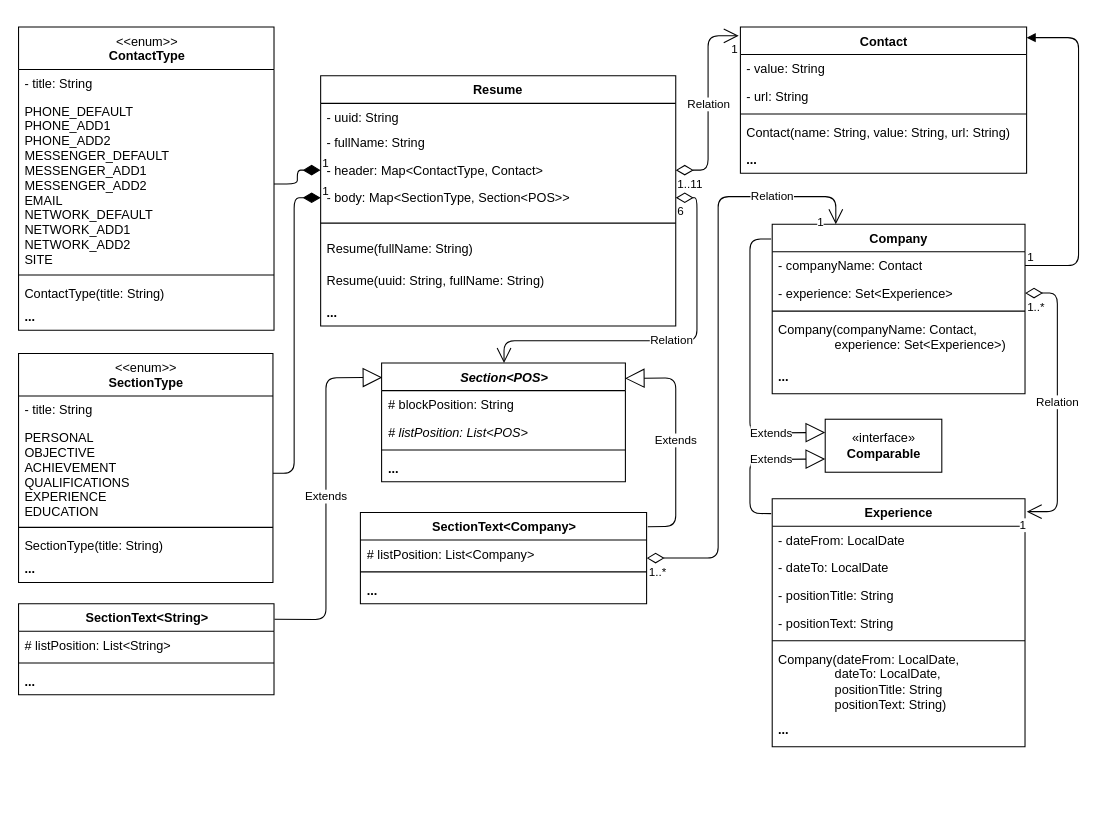
Above: Resource/ModelResume.drawio in Random280921/basejava (draw.io), before the change. Source tidied: cells renumbered, new cells numbered last; positions are measured from the earlier drawing's top-left corner, leaving out a move shared by most shapes. Both pictures are drawn from the tidied source at 106%, with x=0, y=0 at pixel (18, 26).
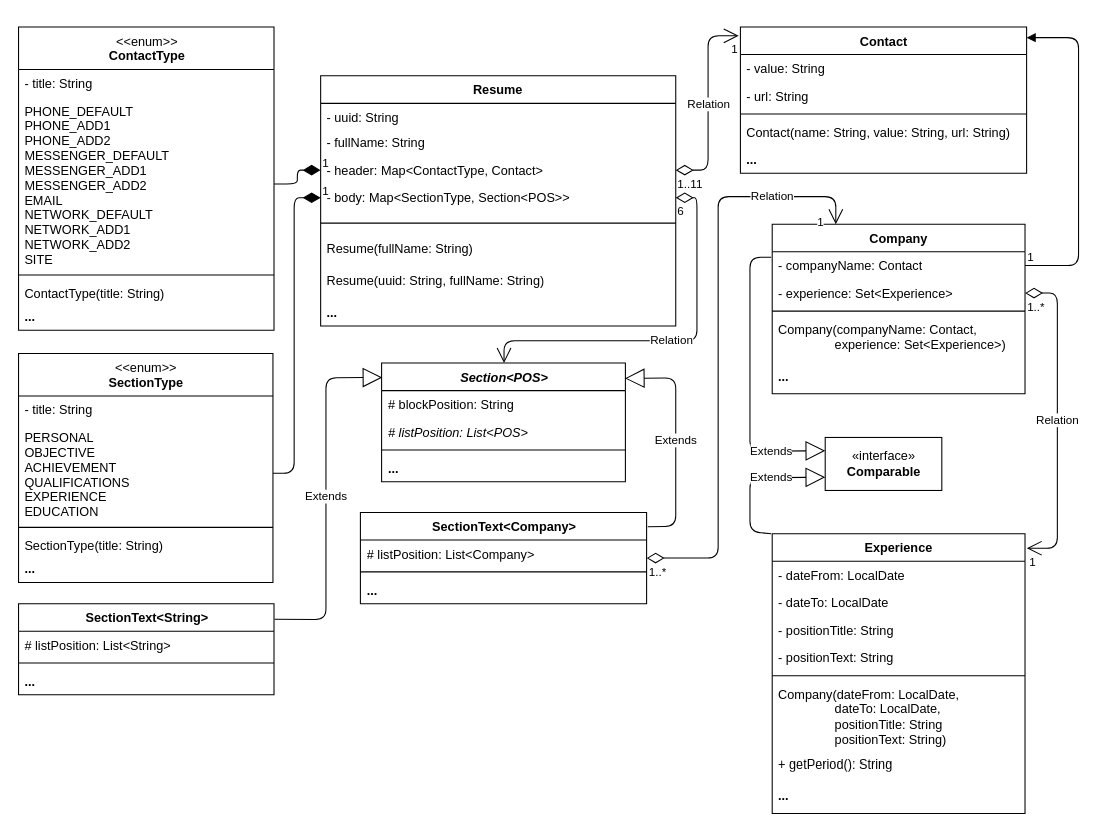
Above is the later version.

Commit message (it also covers changes not shown here):
Урок 7: ДЗ - Resume Model Diagram доработка 1

The change refers to these unchanged cells:
```xml
<mxCell id="52" value="Company" style="swimlane;fontStyle=1;align=center;verticalAlign=top;horizontal=1;startSize=26;strokeColor=default;html=1;" parent="1" vertex="1">
  <mxGeometry x="711" y="186" width="238.5" height="160" as="geometry" />
</mxCell>
<mxCell id="54" value="- experience: Set&amp;lt;Experience&amp;gt;" style="text;strokeColor=none;fillColor=none;align=left;verticalAlign=top;spacingLeft=4;spacingRight=4;overflow=hidden;points=[[0,0.5],[1,0.5]];portConstraint=eastwest;html=1;" parent="52" vertex="1">
  <mxGeometry y="52" width="238.5" height="26" as="geometry" />
</mxCell>
```

What changed in the source:
```diff
@@
-    <mxCell id="57" value="&lt;b&gt;...&lt;/b&gt;" style="text;strokeColor=none;fillColor=none;align=left;verticalAlign=top;spacingLeft=4;spacingRight=4;overflow=hidden;html=1;" parent="52" vertex="1">
-      <mxGeometry y="130" width="238.5" height="30" as="geometry" />
-    </mxCell>
+    <mxCell id="77" value="&lt;b&gt;...&lt;/b&gt;" style="text;strokeColor=none;fillColor=none;align=left;verticalAlign=top;spacingLeft=4;spacingRight=4;overflow=hidden;html=1;" parent="52" vertex="1">
+      <mxGeometry y="130" width="238.5" height="30" as="geometry" />
+    </mxCell>
@@
     <mxCell id="63" value="Experience" style="swimlane;fontStyle=1;align=center;verticalAlign=top;horizontal=1;startSize=26;strokeColor=default;html=1;" parent="1" vertex="1">
-      <mxGeometry x="711" y="445" width="238.5" height="234" as="geometry" />
+      <mxGeometry x="711" y="478" width="238.5" height="264" as="geometry" />
     </mxCell>
@@
-    <mxCell id="70" value="&lt;b&gt;...&lt;/b&gt;" style="text;strokeColor=none;fillColor=none;align=left;verticalAlign=top;spacingLeft=4;spacingRight=4;overflow=hidden;html=1;" parent="63" vertex="1">
-      <mxGeometry y="204" width="238.5" height="30" as="geometry" />
-    </mxCell>
+    <mxCell id="57" value="+ getPeriod(): String" style="text;strokeColor=none;fillColor=none;align=left;verticalAlign=top;spacingLeft=4;spacingRight=4;overflow=hidden;html=1;" parent="63" vertex="1">
+      <mxGeometry y="204" width="238.5" height="30" as="geometry" />
+    </mxCell>
+    <mxCell id="78" value="&lt;b&gt;...&lt;/b&gt;" style="text;strokeColor=none;fillColor=none;align=left;verticalAlign=top;spacingLeft=4;spacingRight=4;overflow=hidden;html=1;" parent="63" vertex="1">
+      <mxGeometry y="234" width="238.5" height="30" as="geometry" />
+    </mxCell>
     <mxCell id="71" value="Relation" style="endArrow=open;html=1;endSize=12;startArrow=diamondThin;startSize=14;startFill=0;edgeStyle=orthogonalEdgeStyle;rounded=1;strokeColor=default;strokeWidth=1;exitX=1;exitY=0.5;exitDx=0;exitDy=0;entryX=1.007;entryY=0.052;entryDx=0;entryDy=0;entryPerimeter=0;" parent="1" edge="1" source="54" target="63">
       <mxGeometry relative="1" as="geometry">
         <Array as="points">
           <mxPoint x="980" y="251" />
-          <mxPoint x="980" y="457" />
+          <mxPoint x="980" y="492" />
         </Array>
       </mxGeometry>
     </mxCell>
@@
     <mxCell id="73" value="1" style="edgeLabel;html=1;align=right;verticalAlign=top;" parent="71" vertex="1">
-      <mxGeometry x="1" relative="1" as="geometry" />
+      <mxGeometry x="1" relative="1" as="geometry">
+        <mxPoint x="9" as="offset" />
+      </mxGeometry>
     </mxCell>
     <mxCell id="74" value="«interface»&lt;br&gt;&lt;b&gt;Comparable&lt;/b&gt;" style="html=1;" parent="1" vertex="1">
-      <mxGeometry x="761" y="370" width="110" height="50" as="geometry" />
+      <mxGeometry x="761" y="387.2" width="110" height="50" as="geometry" />
     </mxCell>
-    <mxCell id="75" value="Extends" style="endArrow=block;endSize=16;endFill=0;html=1;rounded=1;strokeColor=default;strokeWidth=1;entryX=0;entryY=0.75;entryDx=0;entryDy=0;exitX=-0.004;exitY=0.06;exitDx=0;exitDy=0;exitPerimeter=0;" parent="1" edge="1" source="63" target="74">
+    <mxCell id="75" value="Extends" style="endArrow=block;endSize=16;endFill=0;html=1;rounded=1;strokeColor=default;strokeWidth=1;entryX=0;entryY=0.75;entryDx=0;entryDy=0;exitX=-0.004;exitY=0.06;exitDx=0;exitDy=0;exitPerimeter=0;" parent="1" edge="1" target="74">
       <mxGeometry x="0.28" relative="1" as="geometry">
+        <mxPoint x="710" y="478" as="sourcePoint" />
         <Array as="points">
-          <mxPoint x="690" y="459" />
-          <mxPoint x="690" y="408" />
+          <mxPoint x="690" y="476.2" />
+          <mxPoint x="690" y="425.2" />
         </Array>
       </mxGeometry>
     </mxCell>
     <mxCell id="76" value="Extends" style="endArrow=block;endSize=16;endFill=0;html=1;rounded=1;strokeColor=default;strokeWidth=1;entryX=0;entryY=0.25;entryDx=0;entryDy=0;" parent="1" edge="1" target="74">
       <mxGeometry x="0.63" relative="1" as="geometry">
-        <mxPoint x="710" y="200" as="sourcePoint" />
+        <mxPoint x="710" y="217.2" as="sourcePoint" />
         <Array as="points">
-          <mxPoint x="690" y="200" />
-          <mxPoint x="690" y="383" />
+          <mxPoint x="690" y="217.2" />
+          <mxPoint x="690" y="400.2" />
         </Array>
       </mxGeometry>
     </mxCell>
```
